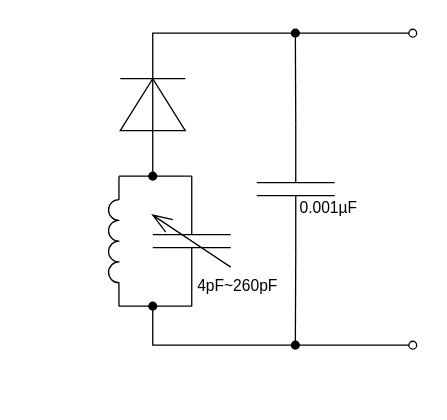
Above: page "radio" (1 of 2) of python/fig.drawio in m20079/AM-radio (draw.io), before the change. Source tidied: cells renumbered, new cells numbered last; positions are measured from the earlier drawing's top-left corner, leaving out a move shared by most shapes. Both pictures are drawn from the tidied source at 130%, with x=0, y=0 at pixel (48, 32).
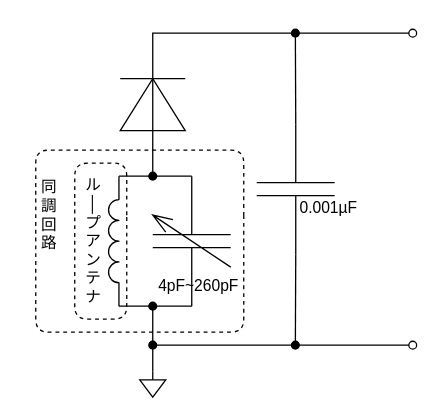
Above is the later version.

Change to the diagram source:
```diff
@@
     <mxCell id="14" value="4pF~260pF" style="text;html=1;align=center;verticalAlign=middle;strokeColor=none;fillColor=none;" parent="1" vertex="1">
-      <mxGeometry x="100" y="180" width="90" height="30" as="geometry" />
+      <mxGeometry x="70" y="180" width="90" height="30" as="geometry" />
     </mxCell>
+    <mxCell id="15" value="ル&lt;br&gt;│&lt;br&gt;プ&lt;br&gt;ア&lt;br&gt;ン&lt;br&gt;テ&lt;br&gt;ナ" style="text;html=1;align=center;verticalAlign=middle;strokeColor=none;fillColor=none;" parent="1" vertex="1">
+      <mxGeometry x="14" y="105" width="40" height="110" as="geometry" />
+    </mxCell>
+    <mxCell id="16" style="endArrow=none;dashed=1;html=1;" parent="1" edge="1">
+      <mxGeometry relative="1" as="geometry">
+        <mxPoint x="60" y="140" as="sourcePoint" />
+        <mxPoint x="60" y="140" as="targetPoint" />
+        <Array as="points">
+          <mxPoint x="60" y="100" />
+          <mxPoint x="20" y="100" />
+          <mxPoint x="20" y="220" />
+          <mxPoint x="60" y="220" />
+        </Array>
+      </mxGeometry>
+    </mxCell>
+    <mxCell id="17" style="edgeStyle=none;html=1;exitX=0.5;exitY=0;exitDx=0;exitDy=0;exitPerimeter=0;endArrow=oval;endFill=1;" parent="1" edge="1" source="18">
+      <mxGeometry relative="1" as="geometry">
+        <mxPoint x="80" y="240" as="targetPoint" />
+      </mxGeometry>
+    </mxCell>
+    <mxCell id="18" style="verticalLabelPosition=bottom;shadow=0;dashed=0;align=center;html=1;verticalAlign=top;shape=mxgraph.electrical.signal_sources.signal_ground;" parent="1" vertex="1">
+      <mxGeometry x="70" y="260" width="20" height="20" as="geometry" />
+    </mxCell>
+    <mxCell id="19" style="endArrow=none;dashed=1;html=1;" parent="1" edge="1">
+      <mxGeometry relative="1" as="geometry">
+        <mxPoint x="150" y="140" as="sourcePoint" />
+        <mxPoint x="150" y="140" as="targetPoint" />
+        <Array as="points">
+          <mxPoint x="150" y="230" />
+          <mxPoint x="-10" y="230" />
+          <mxPoint x="-10" y="90" />
+          <mxPoint x="150" y="90" />
+        </Array>
+      </mxGeometry>
+    </mxCell>
+    <mxCell id="20" value="同&lt;br&gt;調&lt;br&gt;回&lt;br&gt;路" style="text;html=1;align=center;verticalAlign=middle;strokeColor=none;fillColor=none;" parent="1" vertex="1">
+      <mxGeometry x="-20" y="105" width="40" height="70" as="geometry" />
+    </mxCell>
```
